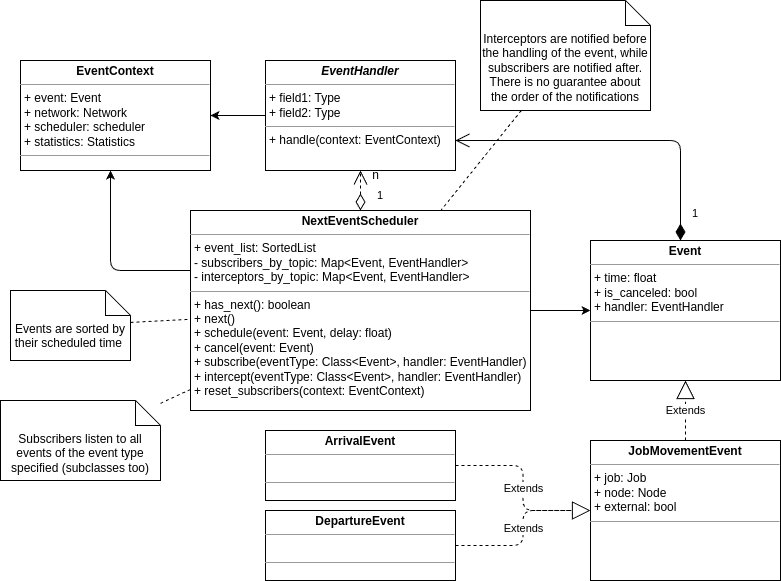
Torkin1/webapp-workflow-pa keeps this draw.io diagram as docs/figs/computational_model/scheduler.drawio.png. Above is the earlier version. Source tidied: cells renumbered, new cells last; positions are measured from the earlier drawing's top-left corner, leaving out a move shared by most shapes.
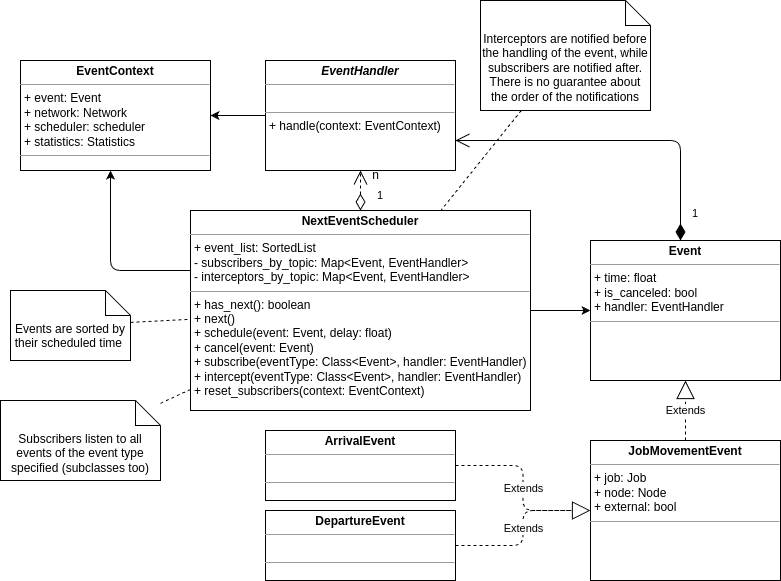
The same diagram one commit later.

The edit, as a diff of the source:
```diff
@@ -32,7 +32,7 @@
     <mxCell id="8" style="edgeStyle=orthogonalEdgeStyle;html=1;endArrow=classic;endFill=1;" parent="1" edge="1" source="9" target="15">
       <mxGeometry relative="1" as="geometry" />
     </mxCell>
-    <mxCell id="9" value="&lt;p style=&quot;margin:0px;margin-top:4px;text-align:center;&quot;&gt;&lt;b&gt;&lt;i&gt;EventHandler&lt;/i&gt;&lt;/b&gt;&lt;/p&gt;&lt;hr size=&quot;1&quot;&gt;&lt;p style=&quot;margin:0px;margin-left:4px;&quot;&gt;+ field1: Type&lt;br&gt;+ field2: Type&lt;/p&gt;&lt;hr size=&quot;1&quot;&gt;&lt;p style=&quot;margin:0px;margin-left:4px;&quot;&gt;+ handle(context: EventContext)&lt;/p&gt;" style="verticalAlign=top;align=left;overflow=fill;fontSize=12;fontFamily=Helvetica;html=1;" parent="1" vertex="1">
+    <mxCell id="9" value="&lt;p style=&quot;margin:0px;margin-top:4px;text-align:center;&quot;&gt;&lt;b&gt;&lt;i&gt;EventHandler&lt;/i&gt;&lt;/b&gt;&lt;/p&gt;&lt;hr size=&quot;1&quot;&gt;&lt;p style=&quot;margin:0px;margin-left:4px;&quot;&gt;&lt;br&gt;&lt;/p&gt;&lt;hr size=&quot;1&quot;&gt;&lt;p style=&quot;margin:0px;margin-left:4px;&quot;&gt;+ handle(context: EventContext)&lt;/p&gt;" style="verticalAlign=top;align=left;overflow=fill;fontSize=12;fontFamily=Helvetica;html=1;" parent="1" vertex="1">
       <mxGeometry x="265" y="60" width="190" height="110" as="geometry" />
     </mxCell>
     <mxCell id="10" value="n" style="text;html=1;align=center;verticalAlign=middle;strokeColor=none;fillColor=none;" parent="1" vertex="1">
```
